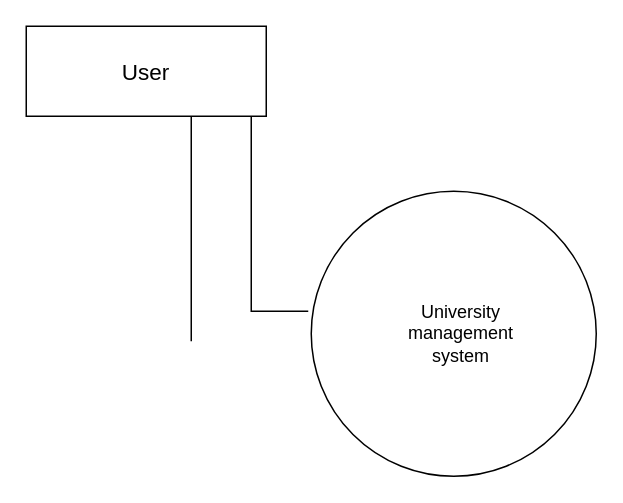
Above: university_management.drawio in mdarslan7/sepm_lab_diagrams (draw.io), before the change. Source tidied: cells renumbered, new cells numbered last; positions are measured from the earlier drawing's top-left corner, leaving out a move shared by most shapes. Both pictures are drawn from the tidied source at 150%, with x=0, y=0 at pixel (26, 26).
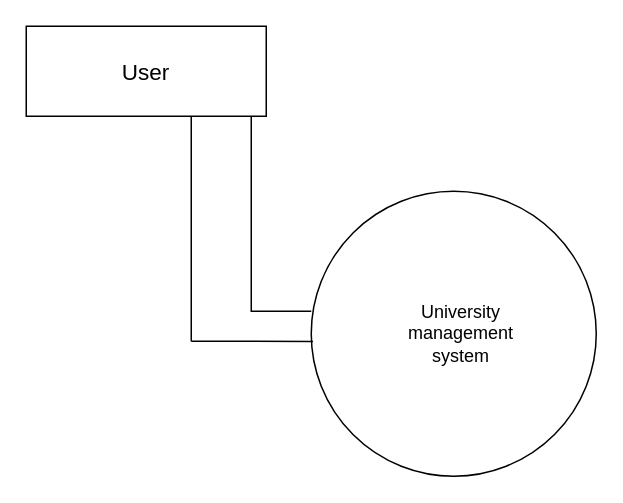
After the change.

Change to the diagram source:
```diff
@@
 <mxGraphModel>
   <root>
     <mxCell id="0" />
     <mxCell id="1" parent="0" />
     <mxCell id="2" style="ellipse;whiteSpace=wrap;html=1;" parent="1" vertex="1">
       <mxGeometry x="190" y="110" width="190" height="190" as="geometry" />
     </mxCell>
     <mxCell id="3" value="University&lt;br&gt;management&lt;br&gt;system" style="text;strokeColor=none;align=center;fillColor=none;html=1;verticalAlign=middle;whiteSpace=wrap;rounded=0;" parent="1" vertex="1">
       <mxGeometry x="250" y="190" width="80" height="30" as="geometry" />
     </mxCell>
     <mxCell id="4" value="&lt;font style=&quot;font-size: 15px;&quot;&gt;User&lt;/font&gt;" style="rounded=0;whiteSpace=wrap;html=1;" parent="1" vertex="1">
       <mxGeometry width="160" height="60" as="geometry" />
     </mxCell>
     <mxCell id="5" style="endArrow=none;html=1;rounded=0;" parent="1" edge="1">
       <mxGeometry relative="1" as="geometry">
-        <mxPoint x="188" y="190" as="sourcePoint" />
+        <mxPoint x="190" y="190" as="sourcePoint" />
         <mxPoint x="150" y="60" as="targetPoint" />
         <Array as="points">
           <mxPoint x="150" y="190" />
         </Array>
       </mxGeometry>
     </mxCell>
     <mxCell id="6" style="endArrow=none;html=1;rounded=0;" parent="1" edge="1">
       <mxGeometry relative="1" as="geometry">
         <mxPoint x="110" y="210" as="sourcePoint" />
         <mxPoint x="110" y="60" as="targetPoint" />
         <Array as="points">
           <mxPoint x="110" y="130" />
         </Array>
       </mxGeometry>
     </mxCell>
+    <mxCell id="7" style="endArrow=none;html=1;rounded=0;entryX=0.006;entryY=0.527;entryDx=0;entryDy=0;entryPerimeter=0;" parent="1" edge="1" target="2">
+      <mxGeometry relative="1" as="geometry">
+        <mxPoint x="110" y="210" as="sourcePoint" />
+      </mxGeometry>
+    </mxCell>
   </root>
 </mxGraphModel>
```
